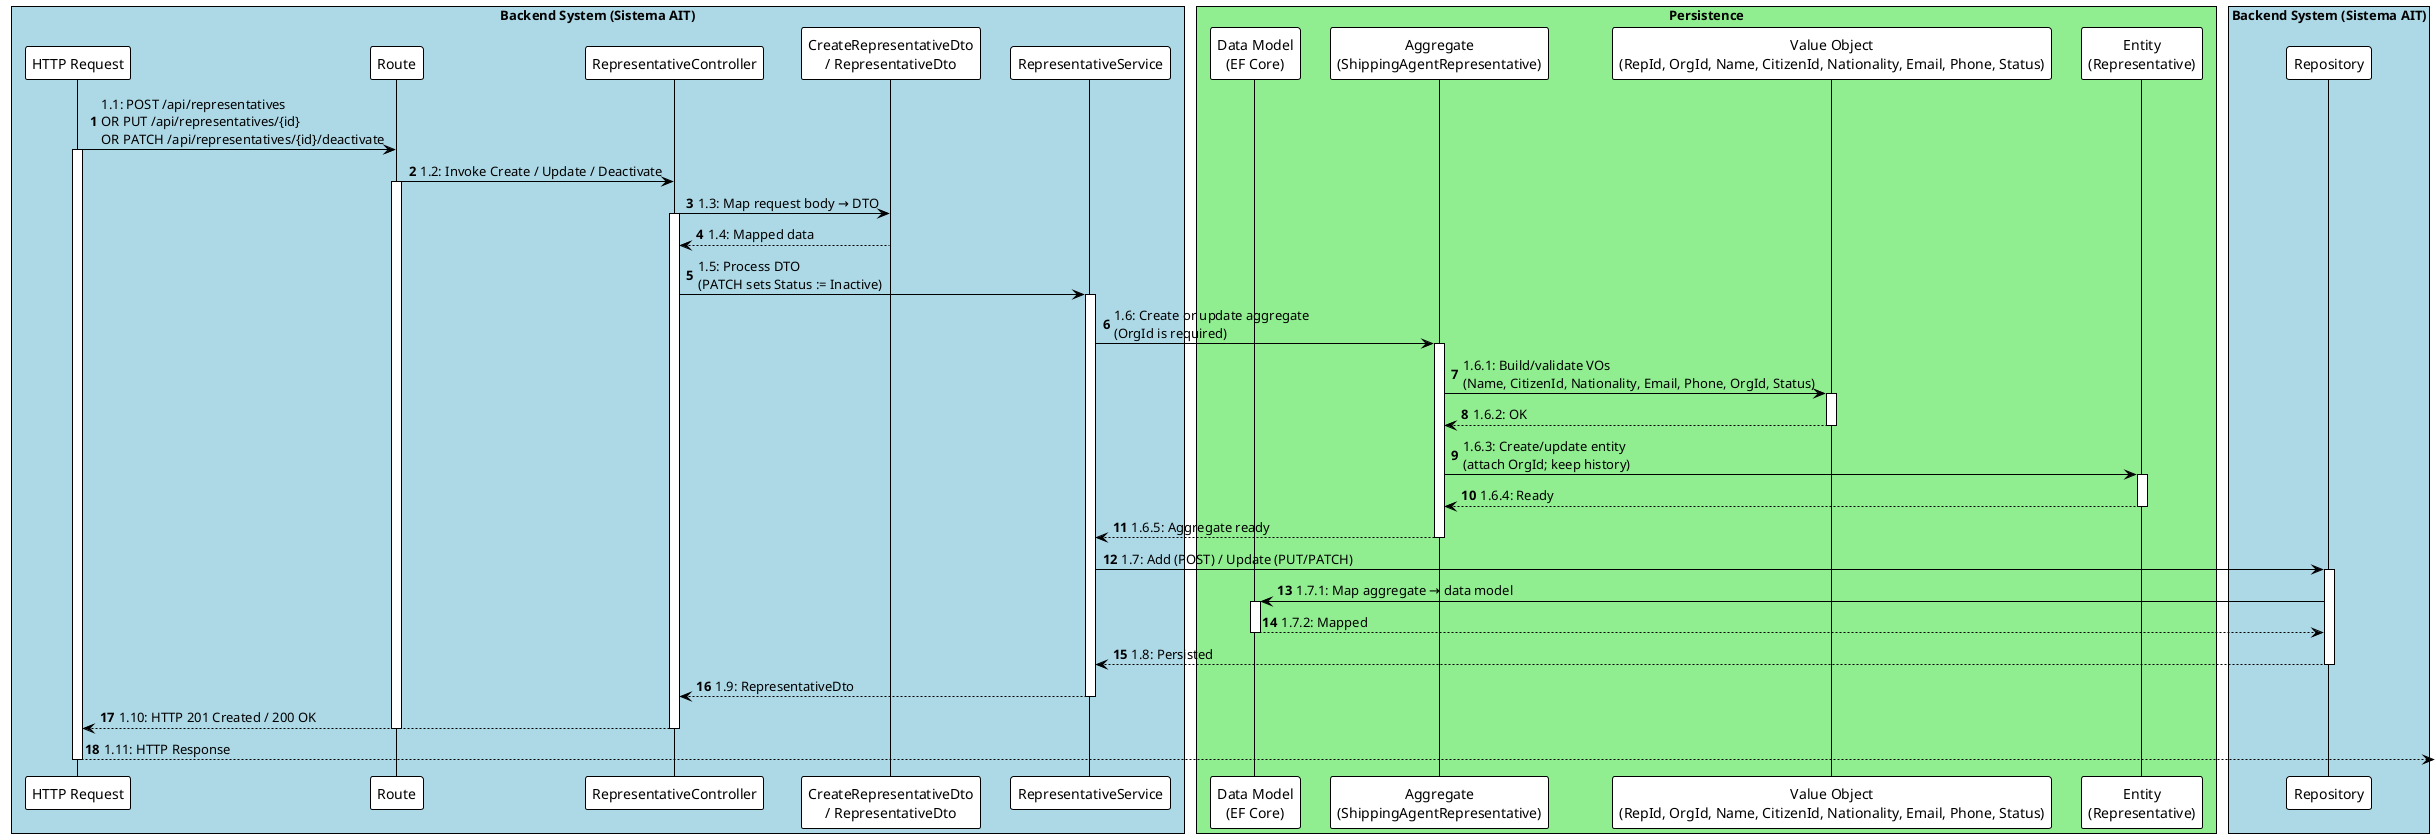
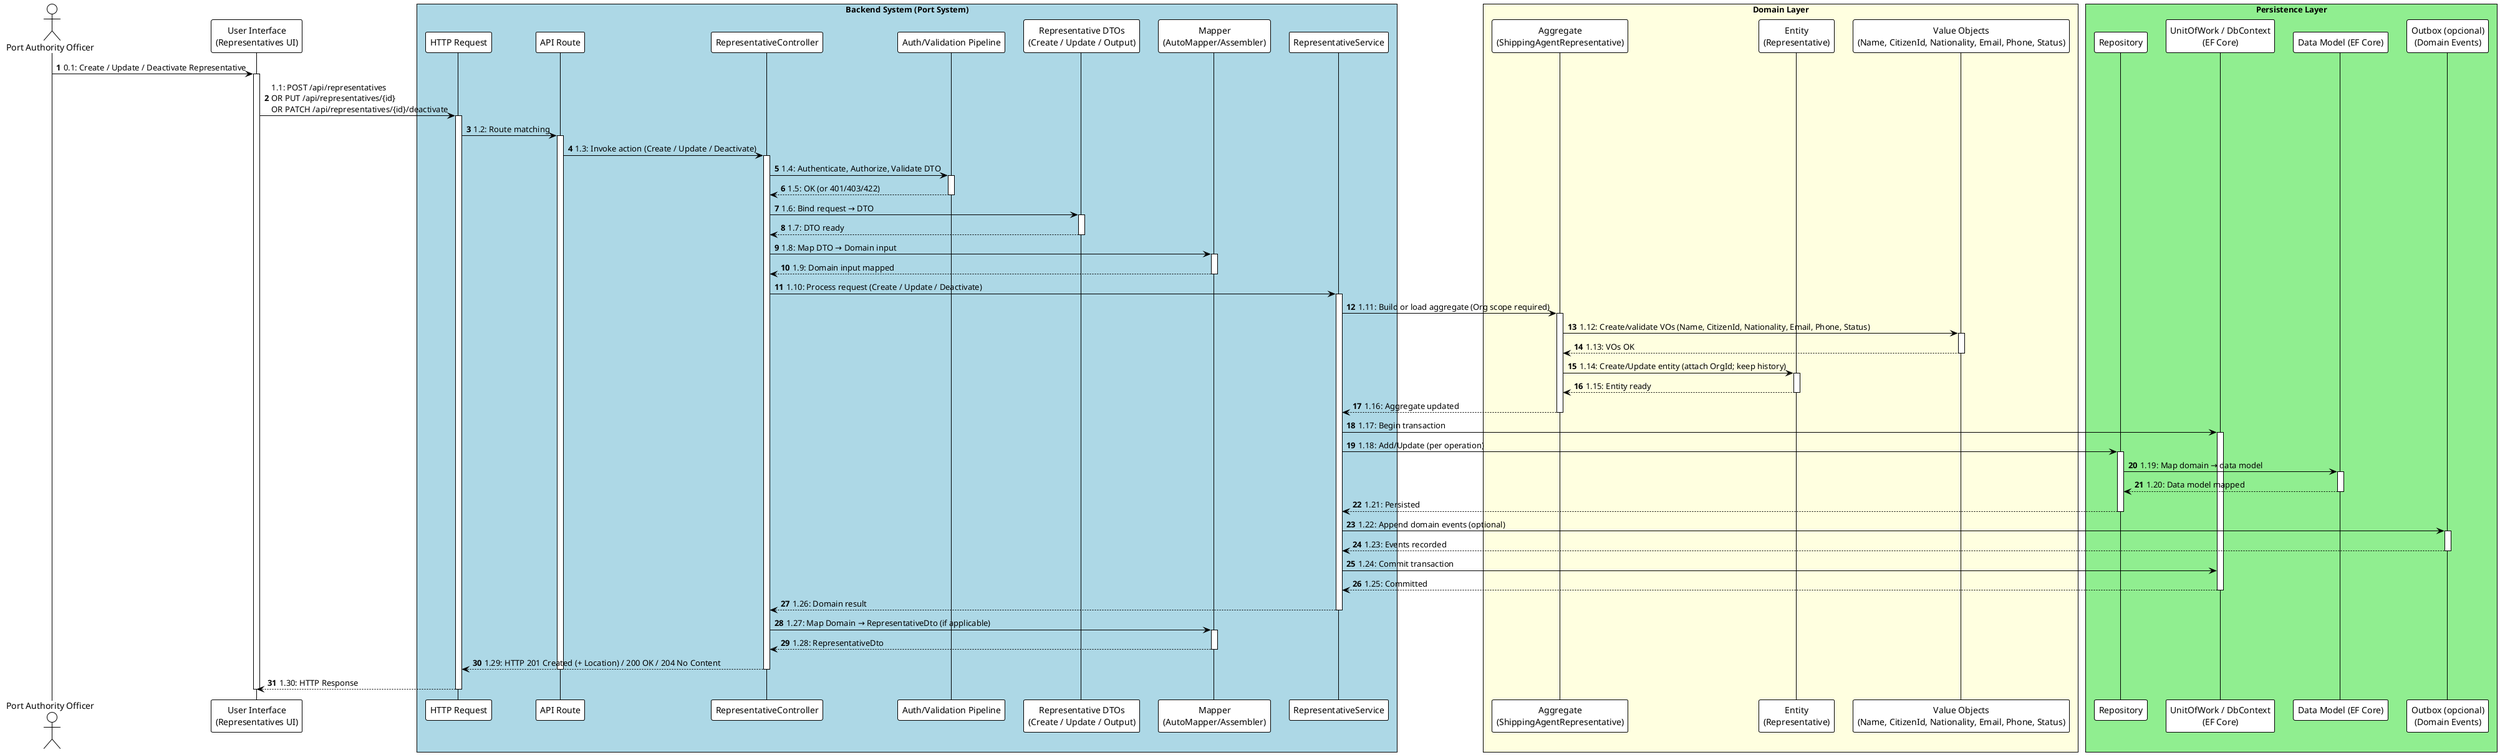
@startuml
!theme plain
autonumber

- box "Backend System (Sistema AIT)" #LightBlue
+ actor "Port Authority Officer" as Officer
+ participant "User Interface\n(Representatives UI)" as UI
+ 
+ box "Backend System (Port System)" #LightBlue
    participant "HTTP Request" as HttpRequest
-     participant "Route" as Route
+     participant "API Route" as Route
    participant "RepresentativeController" as Controller
-     participant "CreateRepresentativeDto\n/ RepresentativeDto" as Dto
+     participant "Auth/Validation Pipeline" as Pipeline
+     participant "Representative DTOs\n(Create / Update / Output)" as Dto
+     participant "Mapper\n(AutoMapper/Assembler)" as Mapper
    participant "RepresentativeService" as Service
-     box "Persistence" #LightGreen
-         participant "Data Model\n(EF Core)" as DataModel
+ 
+     box "Domain Layer" #LightYellow
        participant "Aggregate\n(ShippingAgentRepresentative)" as Aggregate
-         participant "Value Object\n(RepId, OrgId, Name, CitizenId, Nationality, Email, Phone, Status)" as ValueObject
        participant "Entity\n(Representative)" as Entity
+         participant "Value Objects\n(Name, CitizenId, Nationality, Email, Phone, Status)" as ValueObject
+         ' (Nota: associação OrgId tratada na Entity/identidade)
    end box
-     participant "Repository" as Repository
+ 
+     box "Persistence Layer" #LightGreen
+         participant "Repository" as Repository
+         participant "UnitOfWork / DbContext\n(EF Core)" as Db
+         participant "Data Model (EF Core)" as DataModel
+         participant "Outbox (opcional)\n(Domain Events)" as Outbox
+     end box
end box

- HttpRequest -> Route : 1.1: POST /api/representatives\nOR PUT /api/representatives/{id}\nOR PATCH /api/representatives/{id}/deactivate
+ ' --- UI to API ---
+ Officer -> UI : 0.1: Create / Update / Deactivate Representative
+ activate UI
+ UI -> HttpRequest : 1.1: POST /api/representatives\nOR PUT /api/representatives/{id}\nOR PATCH /api/representatives/{id}/deactivate
activate HttpRequest
- Route -> Controller : 1.2: Invoke Create / Update / Deactivate
+ 
+ ' --- Routing & Controller ---
+ HttpRequest -> Route : 1.2: Route matching
activate Route
- Controller -> Dto : 1.3: Map request body → DTO
+ Route -> Controller : 1.3: Invoke action (Create / Update / Deactivate)
activate Controller
- Dto --> Controller : 1.4: Mapped data
+ 
+ ' --- Cross-cutting: Auth + Validation ---
+ Controller -> Pipeline : 1.4: Authenticate, Authorize, Validate DTO
+ activate Pipeline
+ Pipeline --> Controller : 1.5: OK (or 401/403/422)
+ deactivate Pipeline
+ 
+ ' --- Mapping request ---
+ Controller -> Dto : 1.6: Bind request → DTO
+ activate Dto
+ Dto --> Controller : 1.7: DTO ready
deactivate Dto
- Controller -> Service : 1.5: Process DTO\n(PATCH sets Status := Inactive)
+ Controller -> Mapper : 1.8: Map DTO → Domain input
+ activate Mapper
+ Mapper --> Controller : 1.9: Domain input mapped
+ deactivate Mapper
+ 
+ ' --- Application Service ---
+ Controller -> Service : 1.10: Process request (Create / Update / Deactivate)
activate Service
- Service -> Aggregate : 1.6: Create or update aggregate\n(OrgId is required)
+ 
+ ' --- Domain construction / changes ---
+ Service -> Aggregate : 1.11: Build or load aggregate (Org scope required)
activate Aggregate
- Aggregate -> ValueObject : 1.6.1: Build/validate VOs\n(Name, CitizenId, Nationality, Email, Phone, OrgId, Status)
+ Aggregate -> ValueObject : 1.12: Create/validate VOs (Name, CitizenId, Nationality, Email, Phone, Status)
activate ValueObject
- ValueObject --> Aggregate : 1.6.2: OK
+ ValueObject --> Aggregate : 1.13: VOs OK
deactivate ValueObject
- Aggregate -> Entity : 1.6.3: Create/update entity\n(attach OrgId; keep history)
+ Aggregate -> Entity : 1.14: Create/Update entity (attach OrgId; keep history)
activate Entity
- Entity --> Aggregate : 1.6.4: Ready
+ Entity --> Aggregate : 1.15: Entity ready
deactivate Entity
- Aggregate --> Service : 1.6.5: Aggregate ready
+ Aggregate --> Service : 1.16: Aggregate updated
deactivate Aggregate
- Service -> Repository : 1.7: Add (POST) / Update (PUT/PATCH)
+ 
+ ' --- Persistence with transaction ---
+ Service -> Db : 1.17: Begin transaction
+ activate Db
+ Service -> Repository : 1.18: Add/Update (per operation)
activate Repository
- Repository -> DataModel : 1.7.1: Map aggregate → data model
+ Repository -> DataModel : 1.19: Map domain → data model
activate DataModel
- DataModel --> Repository : 1.7.2: Mapped
+ DataModel --> Repository : 1.20: Data model mapped
deactivate DataModel
- Repository --> Service : 1.8: Persisted
+ Repository --> Service : 1.21: Persisted
deactivate Repository
- Service --> Controller : 1.9: RepresentativeDto
+ 
+ ' --- Optional domain events / outbox ---
+ Service -> Outbox : 1.22: Append domain events (optional)
+ activate Outbox
+ Outbox --> Service : 1.23: Events recorded
+ deactivate Outbox
+ 
+ Service -> Db : 1.24: Commit transaction
+ Db --> Service : 1.25: Committed
+ deactivate Db
+ 
+ ' --- Map response & return ---
+ Service --> Controller : 1.26: Domain result
deactivate Service
- Controller --> HttpRequest : 1.10: HTTP 201 Created / 200 OK
+ Controller -> Mapper : 1.27: Map Domain → RepresentativeDto (if applicable)
+ activate Mapper
+ Mapper --> Controller : 1.28: RepresentativeDto
+ deactivate Mapper
+ 
+ Controller --> HttpRequest : 1.29: HTTP 201 Created (+ Location) / 200 OK / 204 No Content
deactivate Controller
deactivate Route
- HttpRequest --> : 1.11: HTTP Response
+ HttpRequest --> UI : 1.30: HTTP Response
deactivate HttpRequest
- 
+ deactivate UI
@enduml
